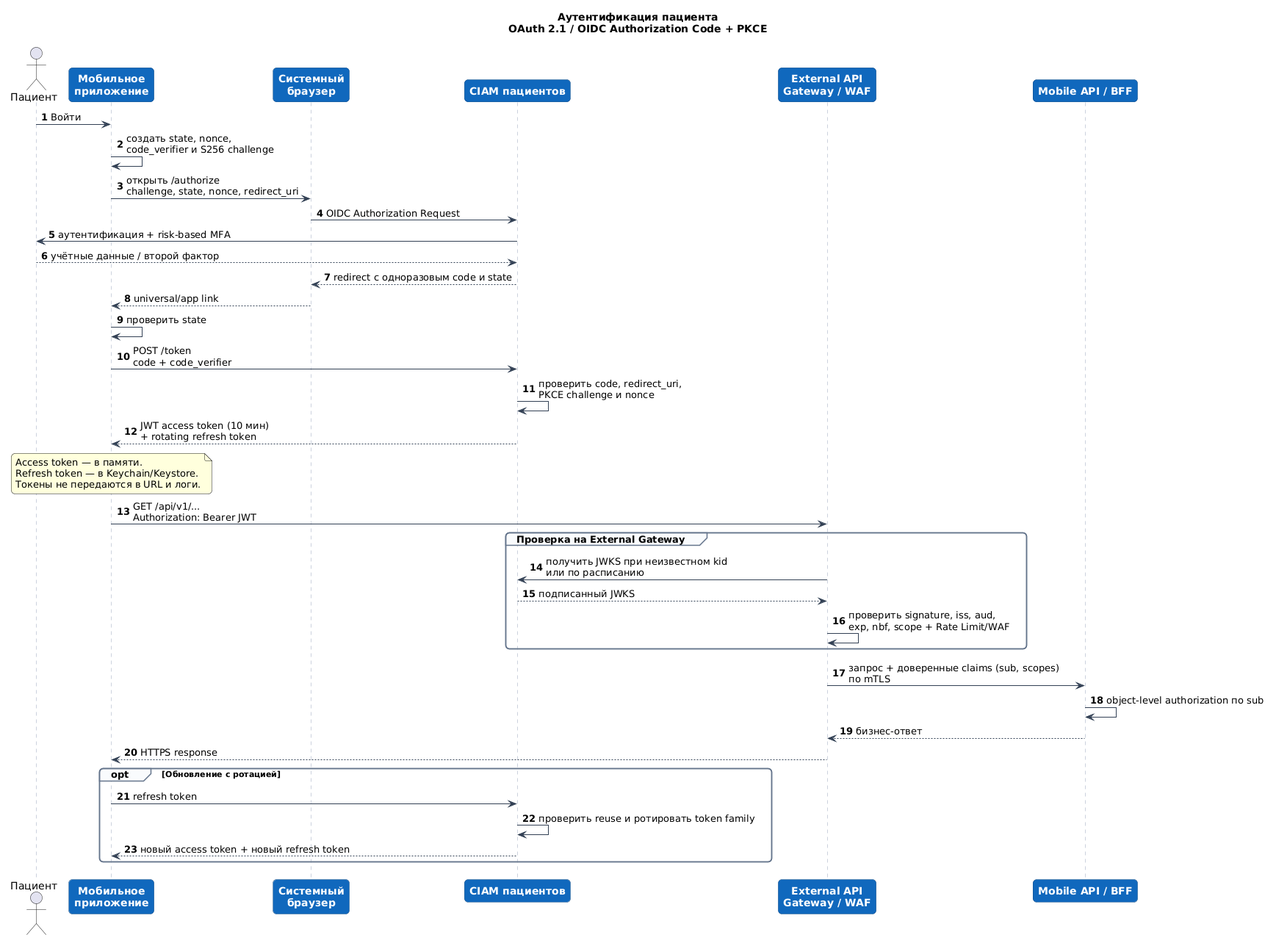
Before: Task4.3/mobile-auth.png, a diagram exported from PlantUML (NovikovMS/Solution-Health). Its source is kept beside it as Task4.3/mobile-auth.puml.
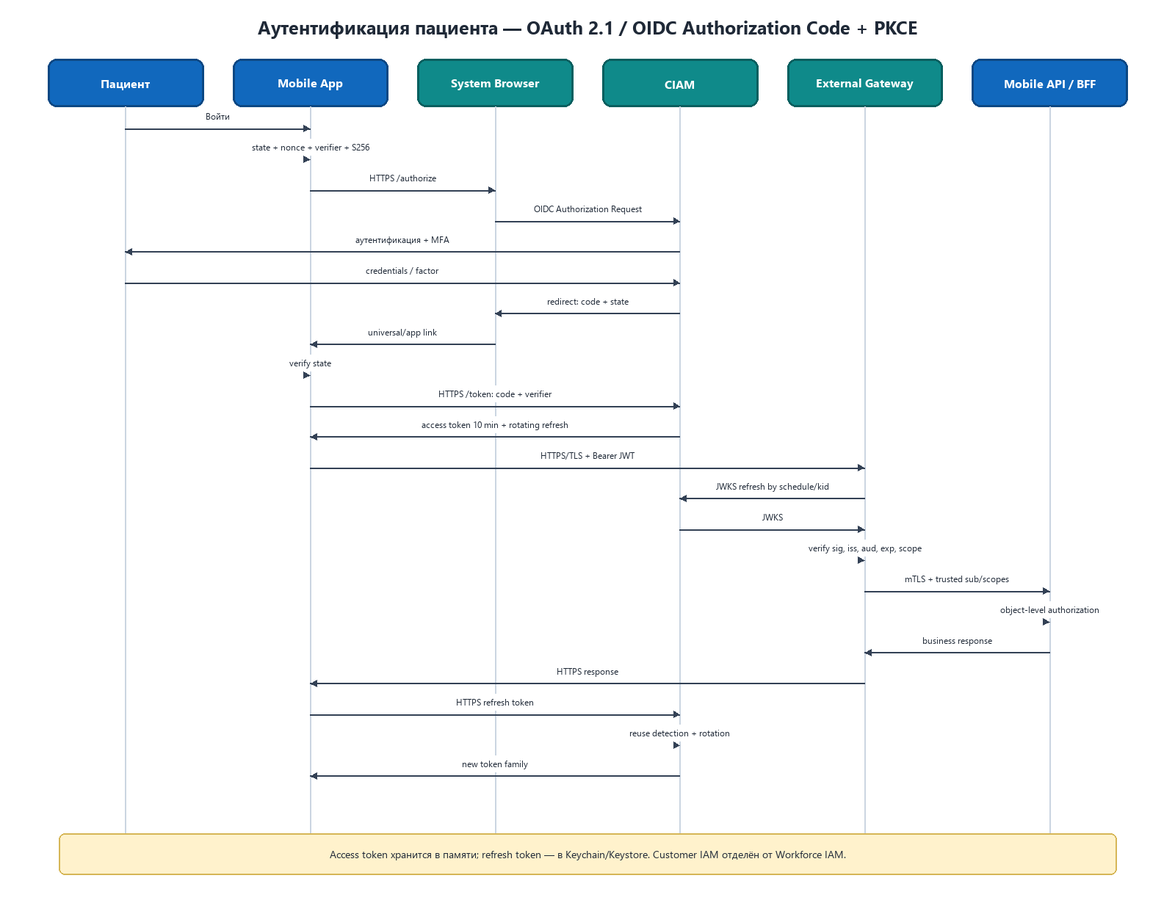
The same file after the commit.

Diff of the diagram source:
```diff
@@ -35,7 +35,7 @@
 Browser --> Mobile: universal/app link
 Mobile -> Mobile: проверить state
 
-Mobile -> CIAM: POST /token\ncode + code_verifier
+Mobile -> CIAM: HTTPS/TLS 1.2+\nPOST /token\ncode + code_verifier
 CIAM -> CIAM: проверить code, redirect_uri,\nPKCE challenge и nonce
 CIAM --> Mobile: JWT access token (10 мин)\n+ rotating refresh token
 note over Mobile
@@ -44,7 +44,7 @@
   Токены не передаются в URL и логи.
 end note
 
-Mobile -> Gateway: GET /api/v1/...\nAuthorization: Bearer JWT
+Mobile -> Gateway: HTTPS/TLS 1.2+\nGET /api/v1/...\nAuthorization: Bearer JWT
 group Проверка на External Gateway
   Gateway -> CIAM: получить JWKS при неизвестном kid\nили по расписанию
   CIAM --> Gateway: подписанный JWKS
@@ -56,7 +56,7 @@
 Gateway --> Mobile: HTTPS response
 
 opt Обновление с ротацией
-  Mobile -> CIAM: refresh token
+  Mobile -> CIAM: HTTPS/TLS 1.2+\nrefresh token
   CIAM -> CIAM: проверить reuse и ротировать token family
   CIAM --> Mobile: новый access token + новый refresh token
 end
```
